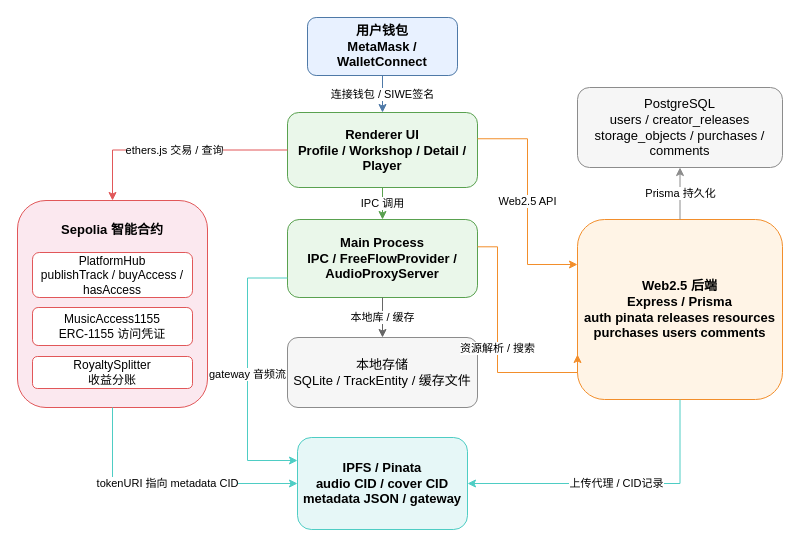
This is papers/Latex-Mine/figures/system_architecture.drawio from TinkerAC/FreeFlow, a draw.io file, before an edit. Source tidied: cells renumbered, new cells numbered last; positions are measured from the earlier drawing's top-left corner, leaving out a move shared by most shapes. Both pictures are drawn from the tidied source at 100%, with x=0, y=0 at pixel (17, 17).
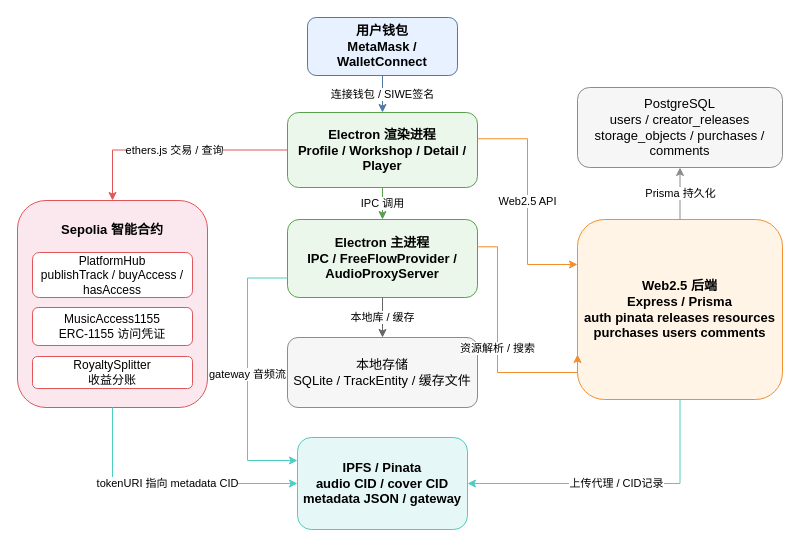
The same page after the edit.

Change to the diagram source:
```diff
@@
-    <mxCell id="4" value="Renderer UI&#10;Profile / Workshop / Detail / Player" style="rounded=1;whiteSpace=wrap;html=1;fillColor=#EAF7EA;strokeColor=#59A14F;fontSize=13;fontStyle=1;" parent="1" vertex="1">
+    <mxCell id="4" value="Electron 渲染进程&lt;br&gt;Profile / Workshop / Detail / Player" style="rounded=1;whiteSpace=wrap;html=1;fillColor=#EAF7EA;strokeColor=#59A14F;fontSize=13;fontStyle=1;" parent="1" vertex="1">
       <mxGeometry x="270" y="95" width="190" height="75" as="geometry" />
     </mxCell>
-    <mxCell id="5" value="Main Process&#10;IPC / FreeFlowProvider / AudioProxyServer" style="rounded=1;whiteSpace=wrap;html=1;fillColor=#EAF7EA;strokeColor=#59A14F;fontSize=13;fontStyle=1;" parent="1" vertex="1">
+    <mxCell id="5" value="Electron 主进程&lt;br&gt;IPC / FreeFlowProvider / AudioProxyServer" style="rounded=1;whiteSpace=wrap;html=1;fillColor=#EAF7EA;strokeColor=#59A14F;fontSize=13;fontStyle=1;" parent="1" vertex="1">
       <mxGeometry x="270" y="202" width="190" height="78" as="geometry" />
     </mxCell>
```
